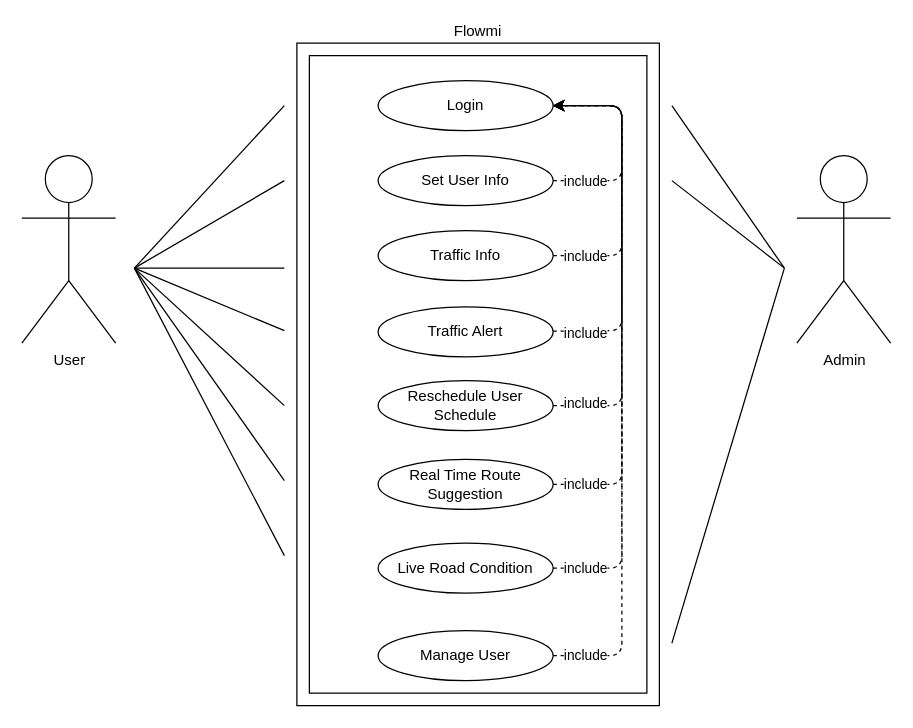
Earlier version of the draw.io diagram 07-Flowmi-Diagrams/Use-Case-Diagram/Flowmi-Use-Case-Diagram.drawio (giver-kdk/Diagramming). Source tidied: cells renumbered, new cells numbered last; positions are measured from the earlier drawing's top-left corner, leaving out a move shared by most shapes. Both pictures are drawn from the tidied source at 125%, with x=0, y=0 at pixel (21, 42).
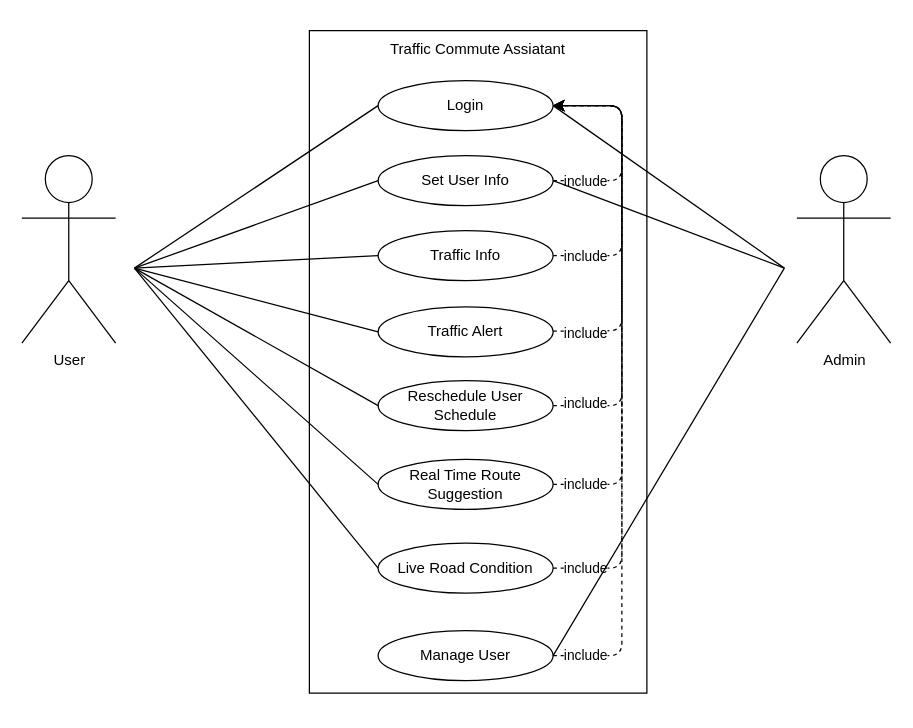
Above is the later version.

Commit message (it also covers changes not shown here):
EMS Diagram

The change refers to these unchanged cells:
```xml
<mxCell id="4" value="Login" style="ellipse;whiteSpace=wrap;html=1;" parent="1" vertex="1">
  <mxGeometry x="285" y="30" width="140" height="40" as="geometry" />
</mxCell>
<mxCell id="7" value="Set User Info" style="ellipse;whiteSpace=wrap;html=1;" parent="1" vertex="1">
  <mxGeometry x="285" y="90" width="140" height="40" as="geometry" />
</mxCell>
<mxCell id="10" value="Traffic Info" style="ellipse;whiteSpace=wrap;html=1;" parent="1" vertex="1">
  <mxGeometry x="285" y="150" width="140" height="40" as="geometry" />
</mxCell>
<mxCell id="11" value="Reschedule User Schedule" style="ellipse;whiteSpace=wrap;html=1;" parent="1" vertex="1">
  <mxGeometry x="285" y="270" width="140" height="40" as="geometry" />
</mxCell>
<mxCell id="14" value="Real Time Route Suggestion" style="ellipse;whiteSpace=wrap;html=1;" parent="1" vertex="1">
  <mxGeometry x="285" y="333" width="140" height="40" as="geometry" />
</mxCell>
<mxCell id="22" value="Traffic Alert" style="ellipse;whiteSpace=wrap;html=1;" parent="1" vertex="1">
  <mxGeometry x="285" y="211" width="140" height="40" as="geometry" />
</mxCell>
<mxCell id="24" value="Live Road Condition" style="ellipse;whiteSpace=wrap;html=1;" parent="1" vertex="1">
  <mxGeometry x="285" y="400" width="140" height="40" as="geometry" />
</mxCell>
<mxCell id="25" value="Manage User" style="ellipse;whiteSpace=wrap;html=1;" parent="1" vertex="1">
  <mxGeometry x="285" y="470" width="140" height="40" as="geometry" />
</mxCell>
```

Change to the diagram source:
```diff
@@
+    <mxCell id="37" style="whiteSpace=wrap;html=1;" parent="1" vertex="1">
+      <mxGeometry x="230" y="-10" width="270" height="530" as="geometry" />
+    </mxCell>
@@
-    <mxCell id="3" value="Flowmi" style="verticalLabelPosition=top;verticalAlign=bottom;html=1;shape=mxgraph.basic.frame;dx=10;whiteSpace=wrap;labelPosition=center;align=center;" parent="1" vertex="1">
-      <mxGeometry x="220" width="290" height="530" as="geometry" />
-    </mxCell>
@@
-    <mxCell id="15" style="endArrow=none;startArrow=none;endFill=0;startFill=0;endSize=8;html=1;verticalAlign=bottom;labelBackgroundColor=none;strokeWidth=1;" parent="1" edge="1">
+    <mxCell id="15" style="endArrow=none;startArrow=none;endFill=0;startFill=0;endSize=8;html=1;verticalAlign=bottom;labelBackgroundColor=none;strokeWidth=1;entryX=0;entryY=0.5;entryDx=0;entryDy=0;" parent="1" edge="1" target="10">
       <mxGeometry relative="1" as="geometry">
         <mxPoint x="90" y="180" as="sourcePoint" />
-        <mxPoint x="210" y="180" as="targetPoint" />
       </mxGeometry>
     </mxCell>
-    <mxCell id="16" style="endArrow=none;startArrow=none;endFill=0;startFill=0;endSize=8;html=1;verticalAlign=bottom;labelBackgroundColor=none;strokeWidth=1;" parent="1" edge="1">
+    <mxCell id="16" style="endArrow=none;startArrow=none;endFill=0;startFill=0;endSize=8;html=1;verticalAlign=bottom;labelBackgroundColor=none;strokeWidth=1;entryX=0;entryY=0.5;entryDx=0;entryDy=0;" parent="1" edge="1" target="4">
       <mxGeometry relative="1" as="geometry">
         <mxPoint x="90" y="180" as="sourcePoint" />
-        <mxPoint x="210" y="50" as="targetPoint" />
       </mxGeometry>
     </mxCell>
-    <mxCell id="17" style="endArrow=none;startArrow=none;endFill=0;startFill=0;endSize=8;html=1;verticalAlign=bottom;labelBackgroundColor=none;strokeWidth=1;" parent="1" edge="1">
+    <mxCell id="17" style="endArrow=none;startArrow=none;endFill=0;startFill=0;endSize=8;html=1;verticalAlign=bottom;labelBackgroundColor=none;strokeWidth=1;entryX=0;entryY=0.5;entryDx=0;entryDy=0;" parent="1" edge="1" target="7">
       <mxGeometry relative="1" as="geometry">
         <mxPoint x="90" y="180" as="sourcePoint" />
-        <mxPoint x="210" y="110" as="targetPoint" />
       </mxGeometry>
     </mxCell>
-    <mxCell id="18" style="endArrow=none;startArrow=none;endFill=0;startFill=0;endSize=8;html=1;verticalAlign=bottom;labelBackgroundColor=none;strokeWidth=1;" parent="1" edge="1">
+    <mxCell id="18" style="endArrow=none;startArrow=none;endFill=0;startFill=0;endSize=8;html=1;verticalAlign=bottom;labelBackgroundColor=none;strokeWidth=1;entryX=0;entryY=0.5;entryDx=0;entryDy=0;" parent="1" edge="1" target="22">
       <mxGeometry relative="1" as="geometry">
         <mxPoint x="90" y="180" as="sourcePoint" />
-        <mxPoint x="210" y="230" as="targetPoint" />
       </mxGeometry>
     </mxCell>
-    <mxCell id="19" style="endArrow=none;startArrow=none;endFill=0;startFill=0;endSize=8;html=1;verticalAlign=bottom;labelBackgroundColor=none;strokeWidth=1;" parent="1" edge="1">
+    <mxCell id="19" style="endArrow=none;startArrow=none;endFill=0;startFill=0;endSize=8;html=1;verticalAlign=bottom;labelBackgroundColor=none;strokeWidth=1;entryX=0;entryY=0.5;entryDx=0;entryDy=0;" parent="1" edge="1" target="11">
       <mxGeometry relative="1" as="geometry">
         <mxPoint x="90" y="180" as="sourcePoint" />
-        <mxPoint x="210" y="290" as="targetPoint" />
       </mxGeometry>
     </mxCell>
@@
-    <mxCell id="23" style="endArrow=none;startArrow=none;endFill=0;startFill=0;endSize=8;html=1;verticalAlign=bottom;labelBackgroundColor=none;strokeWidth=1;" parent="1" edge="1">
+    <mxCell id="23" style="endArrow=none;startArrow=none;endFill=0;startFill=0;endSize=8;html=1;verticalAlign=bottom;labelBackgroundColor=none;strokeWidth=1;entryX=0;entryY=0.5;entryDx=0;entryDy=0;" parent="1" edge="1" target="14">
       <mxGeometry relative="1" as="geometry">
         <mxPoint x="90" y="180" as="sourcePoint" />
-        <mxPoint x="210" y="350" as="targetPoint" />
       </mxGeometry>
     </mxCell>
@@
-    <mxCell id="32" style="endArrow=none;startArrow=none;endFill=0;startFill=0;endSize=8;html=1;verticalAlign=bottom;labelBackgroundColor=none;strokeWidth=1;" parent="1" edge="1">
+    <mxCell id="32" style="endArrow=none;startArrow=none;endFill=0;startFill=0;endSize=8;html=1;verticalAlign=bottom;labelBackgroundColor=none;strokeWidth=1;entryX=0;entryY=0.5;entryDx=0;entryDy=0;" parent="1" edge="1" target="24">
       <mxGeometry relative="1" as="geometry">
         <mxPoint x="90" y="180" as="sourcePoint" />
-        <mxPoint x="210" y="410" as="targetPoint" />
       </mxGeometry>
     </mxCell>
-    <mxCell id="33" style="endArrow=none;startArrow=none;endFill=0;startFill=0;endSize=8;html=1;verticalAlign=bottom;labelBackgroundColor=none;strokeWidth=1;" parent="1" edge="1">
+    <mxCell id="33" style="endArrow=none;startArrow=none;endFill=0;startFill=0;endSize=8;html=1;verticalAlign=bottom;labelBackgroundColor=none;strokeWidth=1;entryX=1;entryY=0.5;entryDx=0;entryDy=0;" parent="1" edge="1" target="25">
       <mxGeometry relative="1" as="geometry">
         <mxPoint x="610" y="180" as="sourcePoint" />
-        <mxPoint x="520" y="480" as="targetPoint" />
       </mxGeometry>
     </mxCell>
@@
-    <mxCell id="35" style="endArrow=none;startArrow=none;endFill=0;startFill=0;endSize=8;html=1;verticalAlign=bottom;labelBackgroundColor=none;strokeWidth=1;" parent="1" edge="1">
+    <mxCell id="35" style="endArrow=none;startArrow=none;endFill=0;startFill=0;endSize=8;html=1;verticalAlign=bottom;labelBackgroundColor=none;strokeWidth=1;entryX=1;entryY=0.5;entryDx=0;entryDy=0;" parent="1" edge="1" target="4">
       <mxGeometry relative="1" as="geometry">
         <mxPoint x="610" y="180" as="sourcePoint" />
-        <mxPoint x="520" y="50" as="targetPoint" />
       </mxGeometry>
     </mxCell>
-    <mxCell id="36" style="endArrow=none;startArrow=none;endFill=0;startFill=0;endSize=8;html=1;verticalAlign=bottom;labelBackgroundColor=none;strokeWidth=1;" parent="1" edge="1">
+    <mxCell id="36" style="endArrow=none;startArrow=none;endFill=0;startFill=0;endSize=8;html=1;verticalAlign=bottom;labelBackgroundColor=none;strokeWidth=1;entryX=1;entryY=0.5;entryDx=0;entryDy=0;" parent="1" edge="1" target="7">
       <mxGeometry relative="1" as="geometry">
         <mxPoint x="610" y="180" as="sourcePoint" />
-        <mxPoint x="520" y="110" as="targetPoint" />
       </mxGeometry>
     </mxCell>
+    <mxCell id="38" value="Traffic Commute Assiatant" style="text;strokeColor=none;align=center;fillColor=none;html=1;verticalAlign=middle;whiteSpace=wrap;rounded=0;" parent="1" vertex="1">
+      <mxGeometry x="265" y="-10" width="200" height="30" as="geometry" />
+    </mxCell>
```
